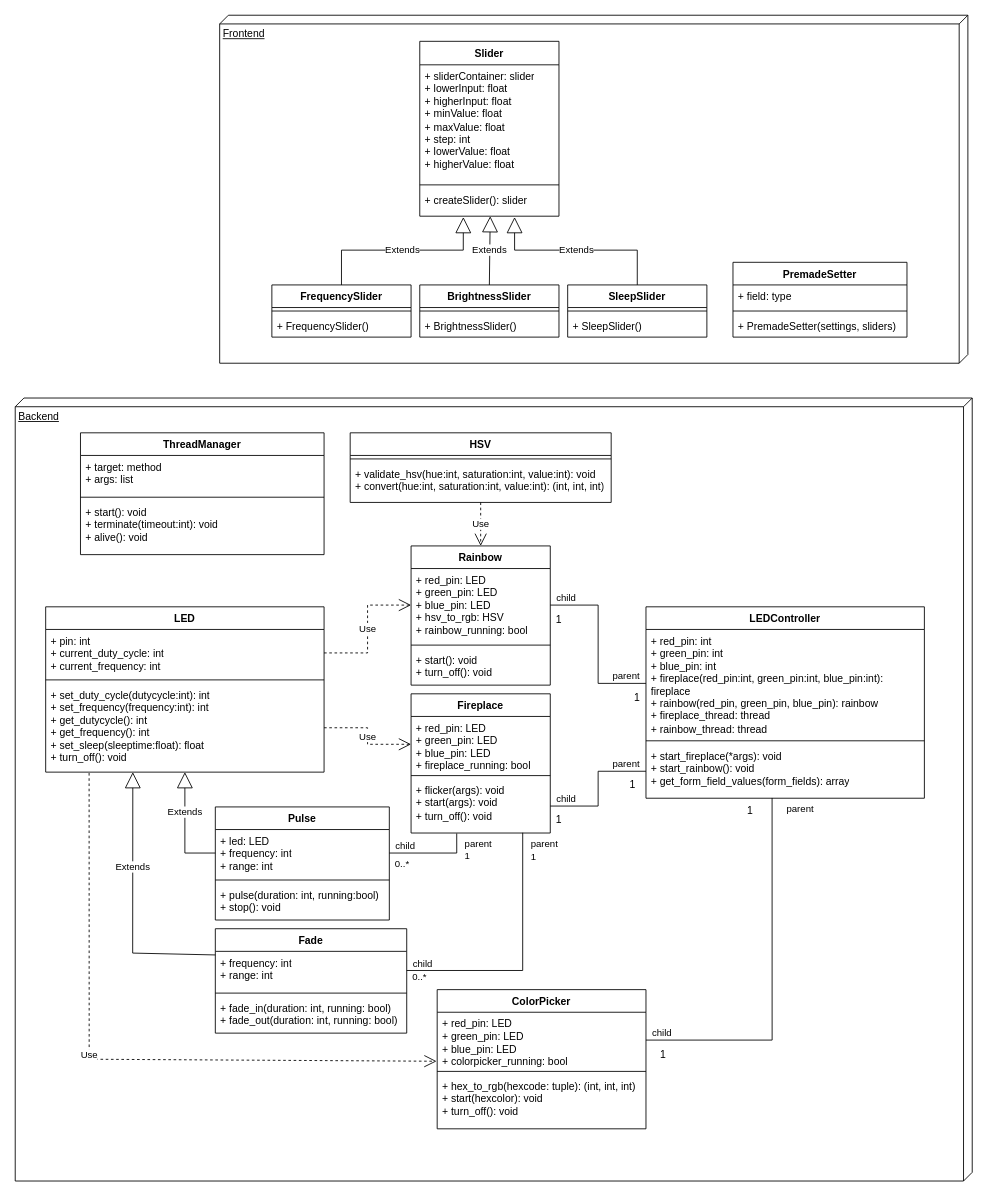
Earlier version of the draw.io diagram uml_diagrams/class_diagram_v2.drawio (Phaneron97/smartLedstrip). Source tidied: cells renumbered, new cells numbered last; positions are measured from the earlier drawing's top-left corner, leaving out a move shared by most shapes. Both pictures are drawn from the tidied source at 87%, with x=0, y=0 at pixel (15, 15).
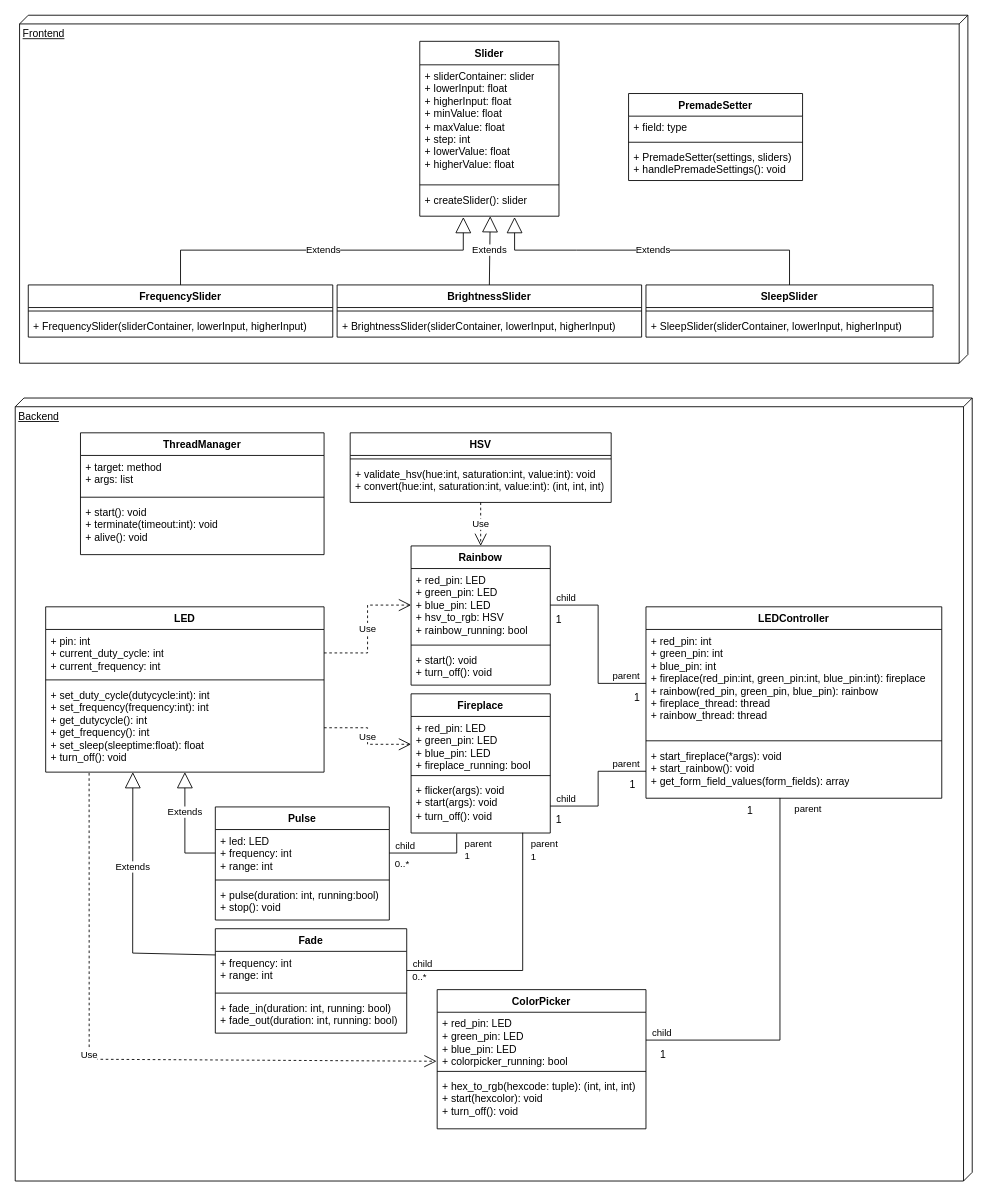
After the change.

Unchanged cells that the change refers to:
```xml
<mxCell id="7" value="&lt;div&gt;+ createSlider(): slider&lt;/div&gt;" style="text;strokeColor=none;fillColor=none;align=left;verticalAlign=top;spacingLeft=4;spacingRight=4;overflow=hidden;points=[[0,0.5],[1,0.5]];portConstraint=eastwest;whiteSpace=wrap;html=1;" parent="4" vertex="1">
  <mxGeometry y="169" width="160" height="32" as="geometry" />
</mxCell>
```

The edit, as a diff of the source:
```diff
@@
     <mxCell id="2" value="Frontend" style="verticalAlign=top;align=left;spacingTop=8;spacingLeft=2;spacingRight=12;shape=cube;size=10;direction=south;fontStyle=4;html=1;whiteSpace=wrap;" parent="1" vertex="1">
-      <mxGeometry x="235" width="860" height="400" as="geometry" />
+      <mxGeometry x="5" width="1090" height="400" as="geometry" />
     </mxCell>
@@
     <mxCell id="8" value="Extends" style="endArrow=block;endSize=16;endFill=0;html=1;rounded=0;exitX=0.5;exitY=0;exitDx=0;exitDy=0;entryX=0.313;entryY=1.031;entryDx=0;entryDy=0;entryPerimeter=0;" parent="1" edge="1" source="37" target="7">
       <mxGeometry x="0.01" relative="1" as="geometry">
         <Array as="points">
-          <mxPoint x="375" y="270" />
+          <mxPoint x="190" y="270" />
           <mxPoint x="515" y="270" />
         </Array>
       </mxGeometry>
     </mxCell>
@@
     <mxCell id="10" value="Extends" style="endArrow=block;endSize=16;endFill=0;html=1;rounded=0;exitX=0.5;exitY=0;exitDx=0;exitDy=0;entryX=0.681;entryY=1.031;entryDx=0;entryDy=0;entryPerimeter=0;" parent="1" edge="1" source="40" target="7">
       <mxGeometry relative="1" as="geometry">
         <Array as="points">
-          <mxPoint x="715" y="270" />
+          <mxPoint x="890" y="270" />
           <mxPoint x="645" y="270" />
           <mxPoint x="574" y="270" />
         </Array>
       </mxGeometry>
     </mxCell>
     <mxCell id="11" value="LEDController" style="swimlane;fontStyle=1;align=center;verticalAlign=top;horizontal=1;startSize=26;whiteSpace=wrap;html=1;" parent="1" vertex="1">
-      <mxGeometry x="725" y="680" width="320" height="220" as="geometry" />
+      <mxGeometry x="725" y="680" width="340" height="220" as="geometry" />
     </mxCell>
     <mxCell id="12" value="&lt;div&gt;+ red_pin: int&lt;/div&gt;&lt;div&gt;+ green_pin: int&lt;/div&gt;&lt;div&gt;+ blue_pin: int&lt;/div&gt;&lt;div&gt;+ fireplace(red_pin:int, green_pin:int, blue_pin:int): fireplace&lt;/div&gt;&lt;div&gt;+ rainbow(red_pin, green_pin, blue_pin): rainbow&lt;/div&gt;&lt;div&gt;+ fireplace_thread: thread&lt;/div&gt;&lt;div&gt;+ rainbow_thread: thread&lt;/div&gt;" style="text;strokeColor=none;fillColor=none;align=left;verticalAlign=top;spacingLeft=4;spacingRight=4;overflow=hidden;points=[[0,0.5],[1,0.5]];portConstraint=eastwest;whiteSpace=wrap;html=1;" parent="11" vertex="1">
-      <mxGeometry y="26" width="320" height="124" as="geometry" />
+      <mxGeometry y="26" width="340" height="124" as="geometry" />
     </mxCell>
     <mxCell id="13" style="line;strokeWidth=1;fillColor=none;align=left;verticalAlign=middle;spacingTop=-1;spacingLeft=3;spacingRight=3;labelPosition=right;strokeColor=inherit;" parent="11" vertex="1">
-      <mxGeometry y="150" width="320" height="8" as="geometry" />
+      <mxGeometry y="150" width="340" height="8" as="geometry" />
     </mxCell>
     <mxCell id="14" value="&lt;div&gt;+ start_fireplace(*args): void&lt;/div&gt;&lt;div&gt;+ start_rainbow(): void&lt;/div&gt;&lt;div&gt;+ get_form_field_values(form_fields): array&lt;br&gt;&lt;/div&gt;" style="text;strokeColor=none;fillColor=none;align=left;verticalAlign=top;spacingLeft=4;spacingRight=4;overflow=hidden;points=[[0,0.5],[1,0.5]];portConstraint=eastwest;whiteSpace=wrap;html=1;" parent="11" vertex="1">
-      <mxGeometry y="158" width="320" height="62" as="geometry" />
+      <mxGeometry y="158" width="340" height="62" as="geometry" />
     </mxCell>
@@
     <mxCell id="34" value="BrightnessSlider" style="swimlane;fontStyle=1;align=center;verticalAlign=top;horizontal=1;startSize=26;whiteSpace=wrap;html=1;" parent="1" vertex="1">
-      <mxGeometry x="465" y="310" width="160" height="60" as="geometry" />
+      <mxGeometry x="370" y="310" width="350" height="60" as="geometry" />
     </mxCell>
     <mxCell id="35" style="line;strokeWidth=1;fillColor=none;align=left;verticalAlign=middle;spacingTop=-1;spacingLeft=3;spacingRight=3;labelPosition=right;strokeColor=inherit;" parent="34" vertex="1">
-      <mxGeometry y="26" width="160" height="8" as="geometry" />
+      <mxGeometry y="26" width="350" height="8" as="geometry" />
     </mxCell>
-    <mxCell id="36" value="+ BrightnessSlider()" style="text;strokeColor=none;fillColor=none;align=left;verticalAlign=top;spacingLeft=4;spacingRight=4;overflow=hidden;whiteSpace=wrap;html=1;" parent="34" vertex="1">
-      <mxGeometry y="34" width="160" height="26" as="geometry" />
+    <mxCell id="36" value="+ BrightnessSlider(sliderContainer, lowerInput, higherInput)" style="text;strokeColor=none;fillColor=none;align=left;verticalAlign=top;spacingLeft=4;spacingRight=4;overflow=hidden;whiteSpace=wrap;html=1;" parent="34" vertex="1">
+      <mxGeometry y="34" width="350" height="26" as="geometry" />
     </mxCell>
     <mxCell id="37" value="FrequencySlider" style="swimlane;fontStyle=1;align=center;verticalAlign=top;horizontal=1;startSize=26;whiteSpace=wrap;html=1;" parent="1" vertex="1">
-      <mxGeometry x="295" y="310" width="160" height="60" as="geometry" />
+      <mxGeometry x="15" y="310" width="350" height="60" as="geometry" />
     </mxCell>
     <mxCell id="38" style="line;strokeWidth=1;fillColor=none;align=left;verticalAlign=middle;spacingTop=-1;spacingLeft=3;spacingRight=3;labelPosition=right;strokeColor=inherit;" parent="37" vertex="1">
-      <mxGeometry y="26" width="160" height="8" as="geometry" />
+      <mxGeometry y="26" width="350" height="8" as="geometry" />
     </mxCell>
-    <mxCell id="39" value="+ FrequencySlider()" style="text;strokeColor=none;fillColor=none;align=left;verticalAlign=top;spacingLeft=4;spacingRight=4;overflow=hidden;whiteSpace=wrap;html=1;" parent="37" vertex="1">
-      <mxGeometry y="34" width="160" height="26" as="geometry" />
+    <mxCell id="39" value="+ FrequencySlider(sliderContainer, lowerInput, higherInput)" style="text;strokeColor=none;fillColor=none;align=left;verticalAlign=top;spacingLeft=4;spacingRight=4;overflow=hidden;whiteSpace=wrap;html=1;" parent="37" vertex="1">
+      <mxGeometry y="34" width="350" height="26" as="geometry" />
     </mxCell>
     <mxCell id="40" value="SleepSlider" style="swimlane;fontStyle=1;align=center;verticalAlign=top;horizontal=1;startSize=26;whiteSpace=wrap;html=1;" parent="1" vertex="1">
-      <mxGeometry x="635" y="310" width="160" height="60" as="geometry" />
+      <mxGeometry x="725" y="310" width="330" height="60" as="geometry" />
     </mxCell>
     <mxCell id="41" style="line;strokeWidth=1;fillColor=none;align=left;verticalAlign=middle;spacingTop=-1;spacingLeft=3;spacingRight=3;labelPosition=right;strokeColor=inherit;" parent="40" vertex="1">
-      <mxGeometry y="26" width="160" height="8" as="geometry" />
+      <mxGeometry y="26" width="330" height="8" as="geometry" />
     </mxCell>
-    <mxCell id="42" value="+ SleepSlider()" style="text;strokeColor=none;fillColor=none;align=left;verticalAlign=top;spacingLeft=4;spacingRight=4;overflow=hidden;whiteSpace=wrap;html=1;" parent="40" vertex="1">
-      <mxGeometry y="34" width="160" height="26" as="geometry" />
+    <mxCell id="42" value="+ SleepSlider(sliderContainer, lowerInput, higherInput)" style="text;strokeColor=none;fillColor=none;align=left;verticalAlign=top;spacingLeft=4;spacingRight=4;overflow=hidden;whiteSpace=wrap;html=1;" parent="40" vertex="1">
+      <mxGeometry y="34" width="330" height="26" as="geometry" />
     </mxCell>
@@
     <mxCell id="86" value="PremadeSetter" style="swimlane;fontStyle=1;align=center;verticalAlign=top;horizontal=1;startSize=26;whiteSpace=wrap;html=1;" parent="1" vertex="1">
-      <mxGeometry x="825" y="284" width="200" height="86" as="geometry" />
+      <mxGeometry x="705" y="90" width="200" height="100" as="geometry" />
     </mxCell>
@@
-    <mxCell id="89" value="+ PremadeSetter(settings, sliders)" style="text;strokeColor=none;fillColor=none;align=left;verticalAlign=top;spacingLeft=4;spacingRight=4;overflow=hidden;whiteSpace=wrap;html=1;" parent="86" vertex="1">
-      <mxGeometry y="60" width="200" height="26" as="geometry" />
+    <mxCell id="89" value="&lt;div&gt;+ PremadeSetter(settings, sliders)&lt;/div&gt;&lt;div&gt;+ handlePremadeSettings(): void&lt;br&gt;&lt;/div&gt;" style="text;strokeColor=none;fillColor=none;align=left;verticalAlign=top;spacingLeft=4;spacingRight=4;overflow=hidden;whiteSpace=wrap;html=1;" parent="86" vertex="1">
+      <mxGeometry y="60" width="200" height="40" as="geometry" />
     </mxCell>
```
